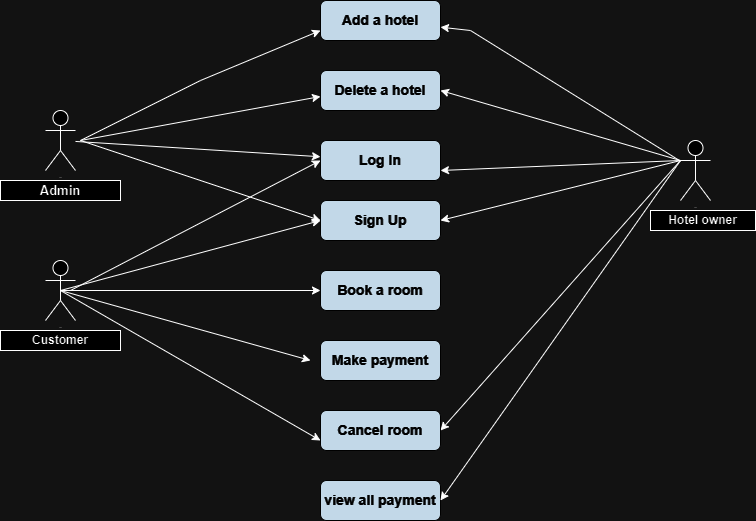
This is assets/usecasediagram.drawio.png from iamganeshsalunkhe/Hotel-Booking-Project, a draw.io export, as it was before one commit. Source tidied: cells renumbered, new cells last; positions are measured from the earlier drawing's top-left corner, leaving out a move shared by most shapes.
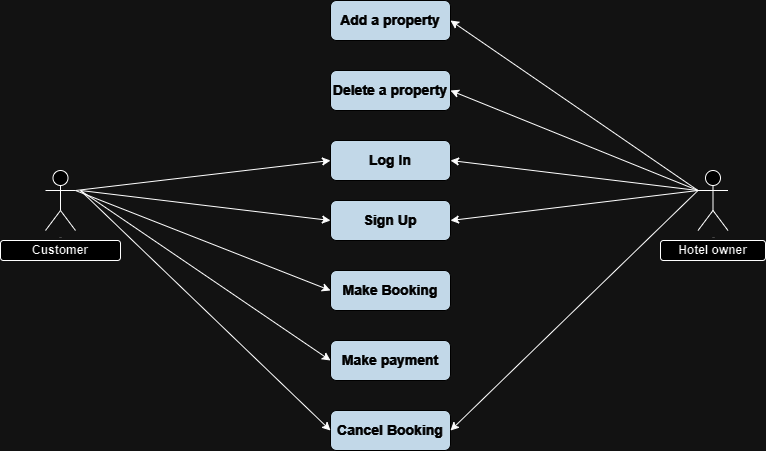
Above is the later version.

Change to the diagram source:
```diff
@@ -2,10 +2,10 @@
   <root>
     <mxCell id="0" />
     <mxCell id="1" parent="0" />
-    <mxCell id="2" value="&lt;b&gt;&lt;font style=&quot;font-size: 14px;&quot;&gt;Add a hotel&lt;/font&gt;&lt;/b&gt;" style="rounded=1;whiteSpace=wrap;html=1;labelBackgroundColor=none;fillColor=#182E3E;strokeColor=#FFFFFF;fontColor=#FFFFFF;" parent="1" vertex="1">
+    <mxCell id="2" value="Add a property" style="rounded=1;whiteSpace=wrap;html=1;labelBackgroundColor=none;fillColor=#182E3E;strokeColor=#FFFFFF;fontColor=#FFFFFF;fontStyle=1;fontSize=14;" parent="1" vertex="1">
       <mxGeometry x="320" width="120" height="40" as="geometry" />
     </mxCell>
-    <mxCell id="3" value="&lt;b&gt;&lt;font style=&quot;font-size: 14px;&quot;&gt;Delete a hotel&lt;/font&gt;&lt;/b&gt;" style="rounded=1;whiteSpace=wrap;html=1;labelBackgroundColor=none;fillColor=#182E3E;strokeColor=#FFFFFF;fontColor=#FFFFFF;" parent="1" vertex="1">
+    <mxCell id="3" value="Delete a property" style="rounded=1;whiteSpace=wrap;html=1;labelBackgroundColor=none;fillColor=#182E3E;strokeColor=#FFFFFF;fontColor=#FFFFFF;fontSize=14;fontStyle=1;" parent="1" vertex="1">
       <mxGeometry x="320" y="70" width="120" height="40" as="geometry" />
     </mxCell>
     <mxCell id="4" style="edgeStyle=orthogonalEdgeStyle;rounded=1;orthogonalLoop=1;jettySize=auto;html=1;exitX=0.5;exitY=1;exitDx=0;exitDy=0;labelBackgroundColor=none;strokeColor=#23445D;fontColor=default;" parent="1" edge="1" source="2" target="2">
@@ -17,112 +17,64 @@
     <mxCell id="6" value="Sign Up" style="rounded=1;whiteSpace=wrap;html=1;fontStyle=1;fontSize=14;labelBackgroundColor=none;fillColor=#182E3E;strokeColor=#FFFFFF;fontColor=#FFFFFF;" parent="1" vertex="1">
       <mxGeometry x="320" y="200" width="120" height="40" as="geometry" />
     </mxCell>
-    <mxCell id="7" value="Book a room" style="rounded=1;whiteSpace=wrap;html=1;fontStyle=1;fontSize=14;labelBackgroundColor=none;fillColor=#182E3E;strokeColor=#FFFFFF;fontColor=#FFFFFF;" parent="1" vertex="1">
+    <mxCell id="7" value="Make Booking" style="rounded=1;whiteSpace=wrap;html=1;fontStyle=1;fontSize=14;labelBackgroundColor=none;fillColor=#182E3E;strokeColor=#FFFFFF;fontColor=#FFFFFF;" parent="1" vertex="1">
       <mxGeometry x="320" y="270" width="120" height="40" as="geometry" />
     </mxCell>
     <mxCell id="8" value="Make payment" style="rounded=1;whiteSpace=wrap;html=1;fontStyle=1;fontSize=14;labelBackgroundColor=none;fillColor=#182E3E;strokeColor=#FFFFFF;fontColor=#FFFFFF;" parent="1" vertex="1">
       <mxGeometry x="320" y="340" width="120" height="40" as="geometry" />
     </mxCell>
-    <mxCell id="9" value="view all payment" style="rounded=1;whiteSpace=wrap;html=1;fontStyle=1;fontSize=14;labelBackgroundColor=none;fillColor=#182E3E;strokeColor=#FFFFFF;fontColor=#FFFFFF;" parent="1" vertex="1">
-      <mxGeometry x="320" y="480" width="120" height="40" as="geometry" />
-    </mxCell>
-    <mxCell id="10" value="&lt;b&gt;&lt;font style=&quot;font-size: 13px;&quot;&gt;Admin&lt;/font&gt;&lt;/b&gt;" style="rounded=0;whiteSpace=wrap;html=1;" parent="1" vertex="1">
-      <mxGeometry y="180" width="120" height="20" as="geometry" />
-    </mxCell>
-    <mxCell id="11" value="Actor" style="shape=umlActor;verticalLabelPosition=bottom;verticalAlign=top;html=1;outlineConnect=0;fontSize=1;" parent="1" vertex="1">
-      <mxGeometry x="45" y="260" width="30" height="60" as="geometry" />
+    <mxCell id="11" value="Actor" style="shape=umlActor;verticalLabelPosition=bottom;verticalAlign=top;html=1;outlineConnect=0;fontSize=1;rounded=1;" parent="1" vertex="1">
+      <mxGeometry x="35" y="170" width="30" height="60" as="geometry" />
     </mxCell>
-    <mxCell id="12" value="Actor" style="shape=umlActor;verticalLabelPosition=bottom;verticalAlign=top;html=1;outlineConnect=0;fontSize=1;" parent="1" vertex="1">
-      <mxGeometry x="45" y="110" width="30" height="60" as="geometry" />
-    </mxCell>
-    <mxCell id="13" value="&lt;b&gt;Customer&lt;/b&gt;" style="rounded=0;whiteSpace=wrap;html=1;" parent="1" vertex="1">
-      <mxGeometry y="330" width="120" height="20" as="geometry" />
+    <mxCell id="13" value="&lt;b&gt;Customer&lt;/b&gt;" style="rounded=1;whiteSpace=wrap;html=1;" parent="1" vertex="1">
+      <mxGeometry x="-10" y="240" width="120" height="20" as="geometry" />
     </mxCell>
-    <mxCell id="14" style="endArrow=classic;html=1;rounded=0;entryX=0;entryY=0.75;entryDx=0;entryDy=0;" parent="1" edge="1" target="2">
-      <mxGeometry relative="1" as="geometry">
-        <mxPoint x="80" y="140" as="sourcePoint" />
-        <Array as="points">
-          <mxPoint x="200" y="80" />
-        </Array>
-      </mxGeometry>
-    </mxCell>
-    <mxCell id="15" style="endArrow=classic;html=1;rounded=0;entryX=0;entryY=0.75;entryDx=0;entryDy=0;" parent="1" edge="1">
-      <mxGeometry relative="1" as="geometry">
-        <mxPoint x="80" y="140" as="sourcePoint" />
-        <mxPoint x="320" y="96" as="targetPoint" />
-      </mxGeometry>
-    </mxCell>
-    <mxCell id="16" style="endArrow=classic;html=1;rounded=0;" parent="1" edge="1" source="12" target="5">
-      <mxGeometry relative="1" as="geometry" />
-    </mxCell>
-    <mxCell id="17" value="Actor" style="shape=umlActor;verticalLabelPosition=bottom;verticalAlign=top;html=1;outlineConnect=0;fontSize=1;" parent="1" vertex="1">
-      <mxGeometry x="680" y="140" width="30" height="60" as="geometry" />
+    <mxCell id="17" value="Actor" style="shape=umlActor;verticalLabelPosition=bottom;verticalAlign=top;html=1;outlineConnect=0;fontSize=1;rounded=1;" parent="1" vertex="1">
+      <mxGeometry x="687.5" y="170" width="30" height="60" as="geometry" />
     </mxCell>
-    <mxCell id="18" value="&lt;b&gt;Hotel owner&lt;/b&gt;" style="rounded=0;whiteSpace=wrap;html=1;" parent="1" vertex="1">
-      <mxGeometry x="650" y="210" width="105" height="20" as="geometry" />
+    <mxCell id="18" value="&lt;b&gt;Hotel owner&lt;/b&gt;" style="rounded=1;whiteSpace=wrap;html=1;" parent="1" vertex="1">
+      <mxGeometry x="650" y="240" width="105" height="20" as="geometry" />
     </mxCell>
+    <mxCell id="28" value="Cancel Booking" style="rounded=1;whiteSpace=wrap;html=1;fontStyle=1;fontSize=14;labelBackgroundColor=none;fillColor=#182E3E;strokeColor=#FFFFFF;fontColor=#FFFFFF;" parent="1" vertex="1">
+      <mxGeometry x="320" y="410" width="120" height="40" as="geometry" />
+    </mxCell>
+    <mxCell id="32" style="endArrow=classic;html=1;rounded=1;entryX=0;entryY=0.5;entryDx=0;entryDy=0;" parent="1" edge="1" target="5">
+      <mxGeometry relative="1" as="geometry">
+        <mxPoint x="65" y="190" as="sourcePoint" />
+      </mxGeometry>
+    </mxCell>
+    <mxCell id="23" style="endArrow=classic;html=1;rounded=1;entryX=0;entryY=0.5;entryDx=0;entryDy=0;exitX=1;exitY=0.3333333333333333;exitDx=0;exitDy=0;exitPerimeter=0;" parent="1" edge="1" source="11" target="7">
+      <mxGeometry relative="1" as="geometry" />
+    </mxCell>
+    <mxCell id="33" style="endArrow=classic;html=1;rounded=1;entryX=0;entryY=0.5;entryDx=0;entryDy=0;" parent="1" edge="1" target="6">
+      <mxGeometry relative="1" as="geometry">
+        <mxPoint x="70" y="190" as="sourcePoint" />
+      </mxGeometry>
+    </mxCell>
+    <mxCell id="34" style="endArrow=classic;html=1;rounded=1;entryX=0;entryY=0.5;entryDx=0;entryDy=0;" parent="1" edge="1" target="8">
+      <mxGeometry relative="1" as="geometry">
+        <mxPoint x="70" y="190" as="sourcePoint" />
+      </mxGeometry>
+    </mxCell>
+    <mxCell id="35" style="endArrow=classic;html=1;rounded=1;entryX=0;entryY=0.5;entryDx=0;entryDy=0;" parent="1" edge="1" target="28">
+      <mxGeometry relative="1" as="geometry">
+        <mxPoint x="70" y="190" as="sourcePoint" />
+      </mxGeometry>
+    </mxCell>
-    <mxCell id="19" style="endArrow=classic;html=1;rounded=0;" parent="1" edge="1" source="17" target="2">
-      <mxGeometry relative="1" as="geometry">
-        <Array as="points">
-          <mxPoint x="470" y="30" />
-        </Array>
-      </mxGeometry>
+    <mxCell id="19" style="endArrow=classic;html=1;rounded=1;entryX=1;entryY=0.5;entryDx=0;entryDy=0;exitX=0;exitY=0.3333333333333333;exitDx=0;exitDy=0;exitPerimeter=0;" parent="1" edge="1" source="17" target="2">
+      <mxGeometry relative="1" as="geometry" />
     </mxCell>
-    <mxCell id="20" style="endArrow=classic;html=1;rounded=0;entryX=1;entryY=0.5;entryDx=0;entryDy=0;" parent="1" edge="1" target="3">
-      <mxGeometry relative="1" as="geometry">
-        <mxPoint x="680" y="160" as="sourcePoint" />
-      </mxGeometry>
-    </mxCell>
+    <mxCell id="36" style="endArrow=classic;html=1;rounded=1;entryX=1;entryY=0.5;entryDx=0;entryDy=0;exitX=0;exitY=0.3333333333333333;exitDx=0;exitDy=0;exitPerimeter=0;" parent="1" edge="1" source="17" target="3">
+      <mxGeometry relative="1" as="geometry" />
+    </mxCell>
-    <mxCell id="21" style="endArrow=classic;html=1;rounded=0;entryX=1;entryY=0.75;entryDx=0;entryDy=0;exitX=0;exitY=0.3333333333333333;exitDx=0;exitDy=0;exitPerimeter=0;" parent="1" edge="1" source="17" target="5">
+    <mxCell id="21" style="endArrow=classic;html=1;rounded=1;entryX=1;entryY=0.5;entryDx=0;entryDy=0;exitX=0;exitY=0.3333333333333333;exitDx=0;exitDy=0;exitPerimeter=0;" parent="1" edge="1" source="17" target="5">
       <mxGeometry relative="1" as="geometry" />
     </mxCell>
-    <mxCell id="22" style="endArrow=classic;html=1;rounded=0;entryX=0;entryY=0.5;entryDx=0;entryDy=0;" parent="1" edge="1" target="6">
-      <mxGeometry relative="1" as="geometry">
-        <mxPoint x="80" y="140" as="sourcePoint" />
-      </mxGeometry>
-    </mxCell>
-    <mxCell id="23" style="endArrow=classic;html=1;rounded=0;entryX=0;entryY=0.5;entryDx=0;entryDy=0;exitX=0.5;exitY=0.5;exitDx=0;exitDy=0;exitPerimeter=0;" parent="1" edge="1" source="11" target="7">
-      <mxGeometry relative="1" as="geometry" />
-    </mxCell>
-    <mxCell id="24" style="endArrow=classic;html=1;rounded=0;exitX=0.5;exitY=0.5;exitDx=0;exitDy=0;exitPerimeter=0;" parent="1" edge="1" source="11">
-      <mxGeometry relative="1" as="geometry">
-        <mxPoint x="310" y="360" as="targetPoint" />
-      </mxGeometry>
-    </mxCell>
-    <mxCell id="25" style="endArrow=classic;html=1;rounded=0;entryX=0;entryY=0.75;entryDx=0;entryDy=0;exitX=0.5;exitY=0.5;exitDx=0;exitDy=0;exitPerimeter=0;" parent="1" edge="1" source="11">
-      <mxGeometry relative="1" as="geometry">
-        <mxPoint x="320" y="440" as="targetPoint" />
-      </mxGeometry>
-    </mxCell>
-    <mxCell id="26" style="endArrow=classic;html=1;rounded=0;entryX=1;entryY=0.5;entryDx=0;entryDy=0;" parent="1" edge="1" target="9">
-      <mxGeometry relative="1" as="geometry">
-        <mxPoint x="680" y="160" as="sourcePoint" />
-      </mxGeometry>
-    </mxCell>
-    <mxCell id="27" style="endArrow=classic;html=1;rounded=0;entryX=1;entryY=0.5;entryDx=0;entryDy=0;" parent="1" edge="1">
-      <mxGeometry relative="1" as="geometry">
-        <mxPoint x="680" y="160" as="sourcePoint" />
-        <mxPoint x="440" y="430" as="targetPoint" />
-      </mxGeometry>
-    </mxCell>
-    <mxCell id="28" value="Cancel room" style="rounded=1;whiteSpace=wrap;html=1;fontStyle=1;fontSize=14;labelBackgroundColor=none;fillColor=#182E3E;strokeColor=#FFFFFF;fontColor=#FFFFFF;" parent="1" vertex="1">
-      <mxGeometry x="320" y="410" width="120" height="40" as="geometry" />
-    </mxCell>
-    <mxCell id="29" style="endArrow=classic;html=1;rounded=0;" parent="1" edge="1">
-      <mxGeometry relative="1" as="geometry">
-        <mxPoint x="60" y="290" as="sourcePoint" />
-        <mxPoint x="320" y="220" as="targetPoint" />
-      </mxGeometry>
-    </mxCell>
-    <mxCell id="30" style="endArrow=classic;html=1;rounded=0;entryX=0;entryY=0.5;entryDx=0;entryDy=0;" parent="1" edge="1" target="5">
-      <mxGeometry relative="1" as="geometry">
-        <mxPoint x="70" y="290" as="sourcePoint" />
-      </mxGeometry>
-    </mxCell>
-    <mxCell id="31" style="endArrow=classic;html=1;rounded=0;entryX=1;entryY=0.5;entryDx=0;entryDy=0;" parent="1" edge="1" target="6">
-      <mxGeometry relative="1" as="geometry">
-        <mxPoint x="680" y="160" as="sourcePoint" />
-      </mxGeometry>
-    </mxCell>
+    <mxCell id="37" style="endArrow=classic;html=1;rounded=1;entryX=1;entryY=0.5;entryDx=0;entryDy=0;exitX=0;exitY=0.3333333333333333;exitDx=0;exitDy=0;exitPerimeter=0;" parent="1" edge="1" source="17" target="6">
+      <mxGeometry relative="1" as="geometry" />
+    </mxCell>
+    <mxCell id="38" style="endArrow=classic;html=1;rounded=1;entryX=1;entryY=0.5;entryDx=0;entryDy=0;exitX=0;exitY=0.3333333333333333;exitDx=0;exitDy=0;exitPerimeter=0;" parent="1" edge="1" source="17" target="28">
+      <mxGeometry relative="1" as="geometry" />
+    </mxCell>
   </root>
 </mxGraphModel>
```
